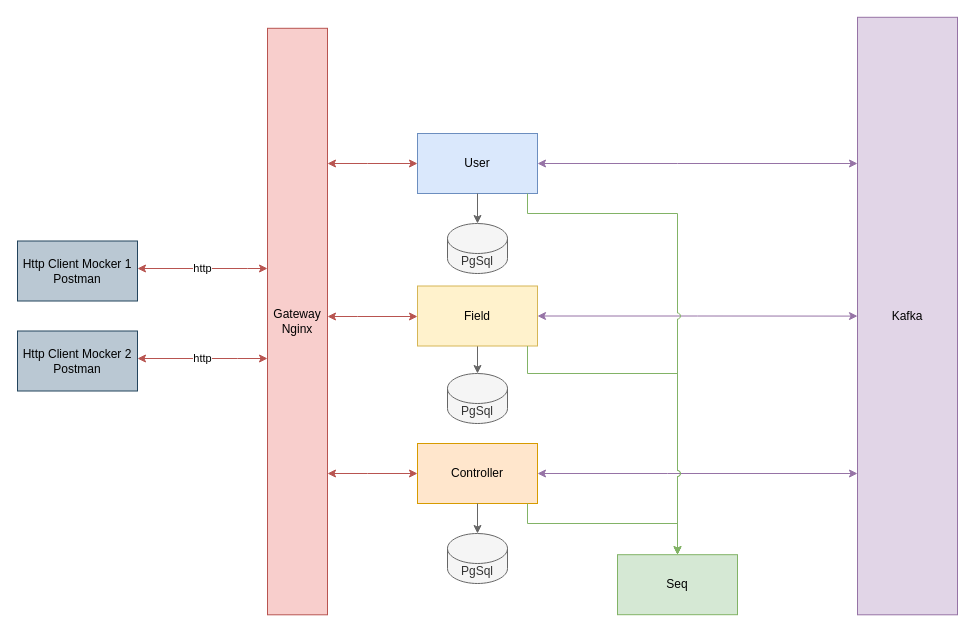
Above: page "Design" (1 of 2) of Docs/Field Management System.drawio in BakPeter/FieldManagementSystem (draw.io), before the change. Source tidied: cells renumbered, new cells numbered last; positions are measured from the earlier drawing's top-left corner, leaving out a move shared by most shapes. Both pictures are drawn from the tidied source at 100%, with x=0, y=0 at pixel (17, 17).
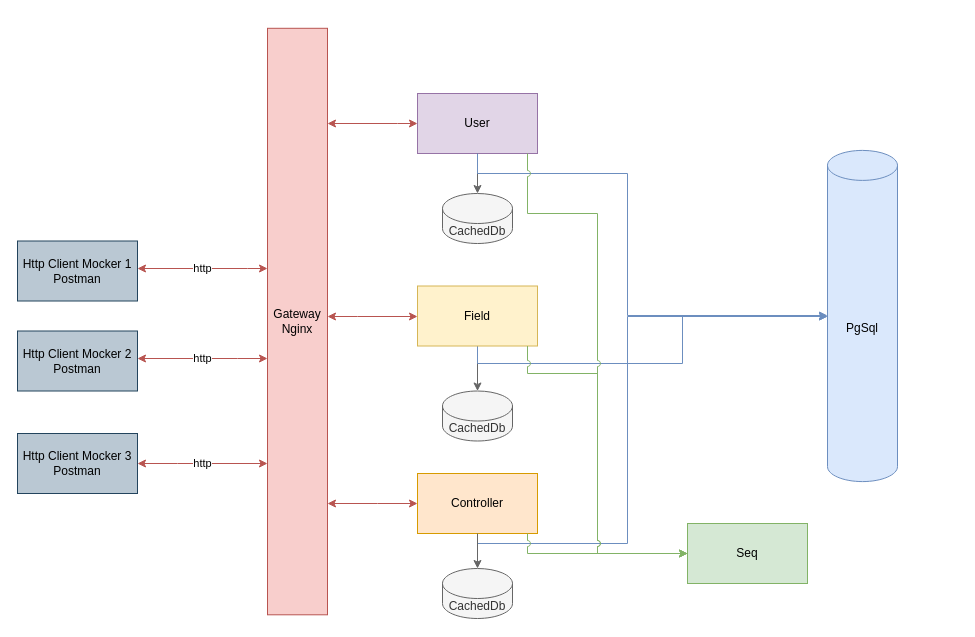
The same diagram, later.

Unchanged cells that the change refers to:
```xml
<mxCell id="3" value="Gateway&lt;div&gt;Nginx&lt;/div&gt;" style="rounded=0;whiteSpace=wrap;html=1;fillColor=#f8cecc;strokeColor=#b85450;" parent="1" vertex="1">
  <mxGeometry x="250" y="10.8" width="60" height="586.5" as="geometry" />
</mxCell>
<mxCell id="12" value="Field" style="rounded=0;whiteSpace=wrap;html=1;fillColor=#fff2cc;strokeColor=#d6b656;" parent="1" vertex="1">
  <mxGeometry x="400" y="268.5" width="120" height="60" as="geometry" />
</mxCell>
```

The edit, as a diff of the source:
```diff
@@
     <mxCell id="2" style="edgeStyle=orthogonalEdgeStyle;rounded=0;jettySize=auto;html=1;startArrow=classic;startFill=1;fillColor=#f8cecc;strokeColor=#b85450;" parent="1" edge="1" source="3" target="9">
       <mxGeometry relative="1" as="geometry">
         <Array as="points">
-          <mxPoint x="350" y="146" />
-          <mxPoint x="350" y="146" />
+          <mxPoint x="380" y="106" />
+          <mxPoint x="380" y="106" />
         </Array>
       </mxGeometry>
     </mxCell>
@@
-    <mxCell id="8" style="edgeStyle=orthogonalEdgeStyle;rounded=0;jettySize=auto;html=1;startArrow=classic;startFill=1;fillColor=#e1d5e7;strokeColor=#9673a6;" parent="1" edge="1" source="9" target="15">
-      <mxGeometry relative="1" as="geometry">
-        <Array as="points">
-          <mxPoint x="660" y="146" />
-          <mxPoint x="660" y="146" />
-        </Array>
-      </mxGeometry>
-    </mxCell>
-    <mxCell id="9" value="User" style="rounded=0;whiteSpace=wrap;html=1;fillColor=#dae8fc;strokeColor=#6c8ebf;" parent="1" vertex="1">
-      <mxGeometry x="400" y="116" width="120" height="60" as="geometry" />
+    <mxCell id="9" value="User" style="rounded=0;whiteSpace=wrap;html=1;fillColor=#e1d5e7;strokeColor=#9673a6;" parent="1" vertex="1">
+      <mxGeometry x="400" y="76" width="120" height="60" as="geometry" />
     </mxCell>
-    <mxCell id="10" style="edgeStyle=orthogonalEdgeStyle;rounded=0;jettySize=auto;html=1;fillColor=#f5f5f5;strokeColor=#666666;" parent="1" edge="1" source="12" target="17">
+    <mxCell id="10" style="edgeStyle=orthogonalEdgeStyle;rounded=0;jettySize=auto;html=1;fillColor=#f5f5f5;strokeColor=#666666;" parent="1" edge="1" source="12" target="29">
       <mxGeometry relative="1" as="geometry" />
     </mxCell>
-    <mxCell id="11" style="edgeStyle=orthogonalEdgeStyle;rounded=0;jettySize=auto;html=1;startArrow=classic;startFill=1;fillColor=#e1d5e7;strokeColor=#9673a6;" parent="1" edge="1" source="12" target="15">
-      <mxGeometry relative="1" as="geometry" />
-    </mxCell>
+    <mxCell id="27" style="edgeStyle=orthogonalEdgeStyle;rounded=0;jettySize=auto;html=1;fillColor=#dae8fc;strokeColor=#6c8ebf;" parent="1" edge="1" source="12" target="31">
+      <mxGeometry relative="1" as="geometry">
+        <Array as="points">
+          <mxPoint x="460" y="346" />
+          <mxPoint x="665" y="346" />
+          <mxPoint x="665" y="299" />
+        </Array>
+      </mxGeometry>
+    </mxCell>
@@
-    <mxCell id="13" style="edgeStyle=orthogonalEdgeStyle;rounded=0;jettySize=auto;html=1;startArrow=classic;startFill=1;fillColor=#e1d5e7;strokeColor=#9673a6;" parent="1" edge="1" source="14" target="15">
-      <mxGeometry relative="1" as="geometry">
-        <Array as="points">
-          <mxPoint x="650" y="456" />
-          <mxPoint x="650" y="456" />
-        </Array>
-      </mxGeometry>
-    </mxCell>
+    <mxCell id="28" style="edgeStyle=orthogonalEdgeStyle;rounded=0;jettySize=auto;html=1;fillColor=#dae8fc;strokeColor=#6c8ebf;" parent="1" edge="1" source="14" target="31">
+      <mxGeometry relative="1" as="geometry">
+        <Array as="points">
+          <mxPoint x="460" y="526" />
+          <mxPoint x="610" y="526" />
+          <mxPoint x="610" y="299" />
+        </Array>
+      </mxGeometry>
+    </mxCell>
     <mxCell id="14" value="Controller" style="rounded=0;whiteSpace=wrap;html=1;fillColor=#ffe6cc;strokeColor=#d79b00;" parent="1" vertex="1">
-      <mxGeometry x="400" y="426" width="120" height="60" as="geometry" />
+      <mxGeometry x="400" y="456" width="120" height="60" as="geometry" />
     </mxCell>
-    <mxCell id="15" value="Kafka" style="rounded=0;whiteSpace=wrap;html=1;fillColor=#e1d5e7;strokeColor=#9673a6;" parent="1" vertex="1">
-      <mxGeometry x="840" y="-0.2" width="100" height="597.5" as="geometry" />
-    </mxCell>
-    <mxCell id="16" value="PgSql" style="shape=cylinder3;whiteSpace=wrap;html=1;boundedLbl=1;backgroundOutline=1;size=15;fillColor=#f5f5f5;fontColor=#333333;strokeColor=#666666;" parent="1" vertex="1">
-      <mxGeometry x="430" y="206" width="60" height="50" as="geometry" />
+    <mxCell id="16" value="CachedDb" style="shape=cylinder3;whiteSpace=wrap;html=1;boundedLbl=1;backgroundOutline=1;size=15;fillColor=#f5f5f5;fontColor=#333333;strokeColor=#666666;" parent="1" vertex="1">
+      <mxGeometry x="425" y="176" width="70" height="50" as="geometry" />
     </mxCell>
-    <mxCell id="17" value="PgSql" style="shape=cylinder3;whiteSpace=wrap;html=1;boundedLbl=1;backgroundOutline=1;size=15;fillColor=#f5f5f5;fontColor=#333333;strokeColor=#666666;" parent="1" vertex="1">
-      <mxGeometry x="430" y="356" width="60" height="50" as="geometry" />
-    </mxCell>
@@
-    <mxCell id="19" value="PgSql" style="shape=cylinder3;whiteSpace=wrap;html=1;boundedLbl=1;backgroundOutline=1;size=15;fillColor=#f5f5f5;fontColor=#333333;strokeColor=#666666;" parent="1" vertex="1">
-      <mxGeometry x="430" y="516" width="60" height="50" as="geometry" />
-    </mxCell>
-    <mxCell id="20" style="edgeStyle=orthogonalEdgeStyle;rounded=0;jettySize=auto;html=1;fillColor=#f5f5f5;strokeColor=#666666;" parent="1" edge="1" source="14" target="19">
+    <mxCell id="20" style="edgeStyle=orthogonalEdgeStyle;rounded=0;jettySize=auto;html=1;fillColor=#f5f5f5;strokeColor=#666666;" parent="1" edge="1" source="14" target="30">
       <mxGeometry relative="1" as="geometry" />
     </mxCell>
     <mxCell id="21" style="edgeStyle=orthogonalEdgeStyle;rounded=0;jettySize=auto;html=1;startArrow=classic;startFill=1;fillColor=#f8cecc;strokeColor=#b85450;" parent="1" edge="1" source="3" target="14">
       <mxGeometry relative="1" as="geometry">
         <Array as="points">
-          <mxPoint x="350" y="456" />
-          <mxPoint x="350" y="456" />
+          <mxPoint x="360" y="486" />
+          <mxPoint x="360" y="486" />
         </Array>
       </mxGeometry>
     </mxCell>
@@
     <mxCell id="23" value="Seq" style="rounded=0;whiteSpace=wrap;html=1;fillColor=#d5e8d4;strokeColor=#82b366;" parent="1" vertex="1">
-      <mxGeometry x="600" y="537.2" width="120" height="60" as="geometry" />
+      <mxGeometry x="670" y="506" width="120" height="60" as="geometry" />
     </mxCell>
-    <mxCell id="24" style="edgeStyle=orthogonalEdgeStyle;rounded=0;jettySize=auto;html=1;jumpStyle=arc;fillColor=#d5e8d4;strokeColor=#82b366;" parent="1" edge="1" source="9" target="23">
-      <mxGeometry relative="1" as="geometry">
-        <Array as="points">
-          <mxPoint x="510" y="196" />
-          <mxPoint x="660" y="196" />
-        </Array>
-      </mxGeometry>
-    </mxCell>
     <mxCell id="25" style="edgeStyle=orthogonalEdgeStyle;rounded=0;jettySize=auto;html=1;jumpStyle=arc;fillColor=#d5e8d4;strokeColor=#82b366;" parent="1" edge="1" source="12" target="23">
       <mxGeometry relative="1" as="geometry">
         <Array as="points">
           <mxPoint x="510" y="356" />
-          <mxPoint x="660" y="356" />
+          <mxPoint x="580" y="356" />
         </Array>
       </mxGeometry>
     </mxCell>
-    <mxCell id="26" style="edgeStyle=orthogonalEdgeStyle;rounded=0;jettySize=auto;html=1;entryX=0.5;entryY=0;entryDx=0;entryDy=0;startArrow=none;startFill=0;jumpStyle=none;fillColor=#d5e8d4;strokeColor=#82b366;" parent="1" edge="1" source="14" target="23">
+    <mxCell id="26" style="edgeStyle=orthogonalEdgeStyle;rounded=0;jettySize=auto;html=1;startArrow=none;startFill=0;jumpStyle=arc;fillColor=#d5e8d4;strokeColor=#82b366;" parent="1" edge="1" source="14" target="23">
       <mxGeometry relative="1" as="geometry">
         <Array as="points">
-          <mxPoint x="510" y="506" />
-          <mxPoint x="660" y="506" />
+          <mxPoint x="510" y="536" />
         </Array>
       </mxGeometry>
     </mxCell>
+    <mxCell id="29" value="CachedDb" style="shape=cylinder3;whiteSpace=wrap;html=1;boundedLbl=1;backgroundOutline=1;size=15;fillColor=#f5f5f5;fontColor=#333333;strokeColor=#666666;" parent="1" vertex="1">
+      <mxGeometry x="425" y="373.5" width="70" height="50" as="geometry" />
+    </mxCell>
+    <mxCell id="30" value="CachedDb" style="shape=cylinder3;whiteSpace=wrap;html=1;boundedLbl=1;backgroundOutline=1;size=15;fillColor=#f5f5f5;fontColor=#333333;strokeColor=#666666;" parent="1" vertex="1">
+      <mxGeometry x="425" y="551" width="70" height="50" as="geometry" />
+    </mxCell>
+    <mxCell id="31" value="PgSql" style="shape=cylinder3;whiteSpace=wrap;html=1;boundedLbl=1;backgroundOutline=1;size=15;fillColor=#dae8fc;strokeColor=#6c8ebf;" parent="1" vertex="1">
+      <mxGeometry x="810" y="132.9" width="70" height="331.2" as="geometry" />
+    </mxCell>
+    <mxCell id="32" style="edgeStyle=orthogonalEdgeStyle;rounded=0;jettySize=auto;html=1;fillColor=#dae8fc;strokeColor=#6c8ebf;" parent="1" edge="1" source="9" target="31">
+      <mxGeometry relative="1" as="geometry">
+        <Array as="points">
+          <mxPoint x="460" y="156" />
+          <mxPoint x="610" y="156" />
+          <mxPoint x="610" y="298" />
+        </Array>
+      </mxGeometry>
+    </mxCell>
+    <mxCell id="33" value="Http Client Mocker 3&lt;div&gt;Postman&lt;/div&gt;" style="rounded=0;whiteSpace=wrap;html=1;fillColor=#bac8d3;strokeColor=#23445d;" parent="1" vertex="1">
+      <mxGeometry y="416" width="120" height="60" as="geometry" />
+    </mxCell>
+    <mxCell id="34" value="http" style="edgeStyle=orthogonalEdgeStyle;rounded=0;jettySize=auto;html=1;startArrow=classic;startFill=1;fillColor=#f8cecc;strokeColor=#b85450;" parent="1" edge="1" source="33" target="3">
+      <mxGeometry relative="1" as="geometry">
+        <Array as="points">
+          <mxPoint x="160" y="446" />
+          <mxPoint x="160" y="446" />
+        </Array>
+      </mxGeometry>
+    </mxCell>
+    <mxCell id="24" style="edgeStyle=orthogonalEdgeStyle;rounded=0;jettySize=auto;html=1;jumpStyle=arc;fillColor=#d5e8d4;strokeColor=#82b366;" parent="1" edge="1" source="9" target="23">
+      <mxGeometry relative="1" as="geometry">
+        <Array as="points">
+          <mxPoint x="510" y="196" />
+          <mxPoint x="580" y="196" />
+        </Array>
+      </mxGeometry>
+    </mxCell>
```
